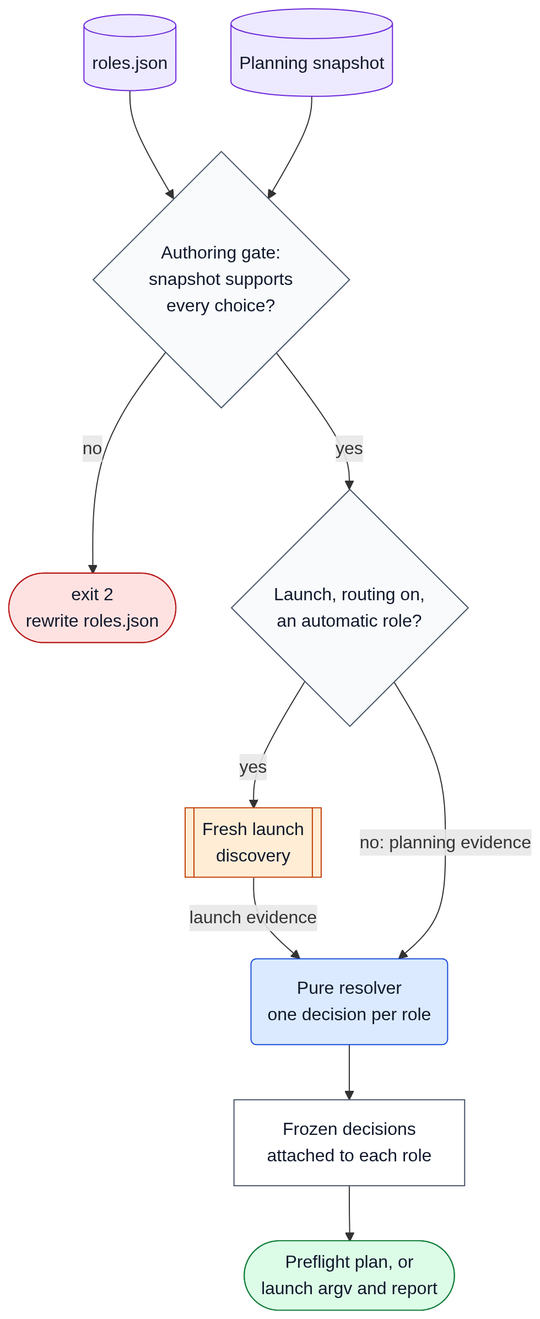
ehzawad/codex-council keeps this Mermaid diagram as docs/diagrams/d22-resolve.png. Above is the earlier version. Its source is kept beside it as docs/diagrams/d22-resolve.mmd. Source of this version:
```mermaid
flowchart TD
    Roles[("roles.json")]
    Snapshot[("Planning snapshot")]
    Gate{"Authoring gate:<br/>snapshot supports<br/>every choice?"}
    Exit2(["exit 2<br/>rewrite roles.json"])
    Refresh{"Launch, routing on,<br/>an automatic role?"}
    Fresh[["Fresh launch<br/>discovery"]]
    Resolver("Pure resolver<br/>one decision per role")
    Decisions["Frozen decisions<br/>attached to each role"]
    Consumers(["Preflight plan, or<br/>launch argv and report"])

    Roles --> Gate
    Snapshot --> Gate
    Gate -->|"no"| Exit2
    Gate -->|"yes"| Refresh
    Refresh -->|"yes"| Fresh
    Fresh -->|"launch evidence"| Resolver
    Refresh -->|"no: planning evidence"| Resolver
    Resolver --> Decisions
    Decisions --> Consumers

    classDef data fill:#ede9fe,stroke:#6d28d9,color:#0f172a
    classDef decision fill:#f8fafc,stroke:#475569,color:#0f172a
    classDef stop fill:#fee2e2,stroke:#b91c1c,color:#0f172a
    classDef ext fill:#ffedd5,stroke:#c2410c,color:#0f172a
    classDef ours fill:#dbeafe,stroke:#1d4ed8,color:#0f172a
    classDef step fill:#ffffff,stroke:#475569,color:#0f172a
    classDef ok fill:#dcfce7,stroke:#15803d,color:#0f172a
    class Roles,Snapshot data
    class Decisions step
    class Gate,Refresh decision
    class Exit2 stop
    class Fresh ext
    class Resolver ours
    class Consumers ok
```
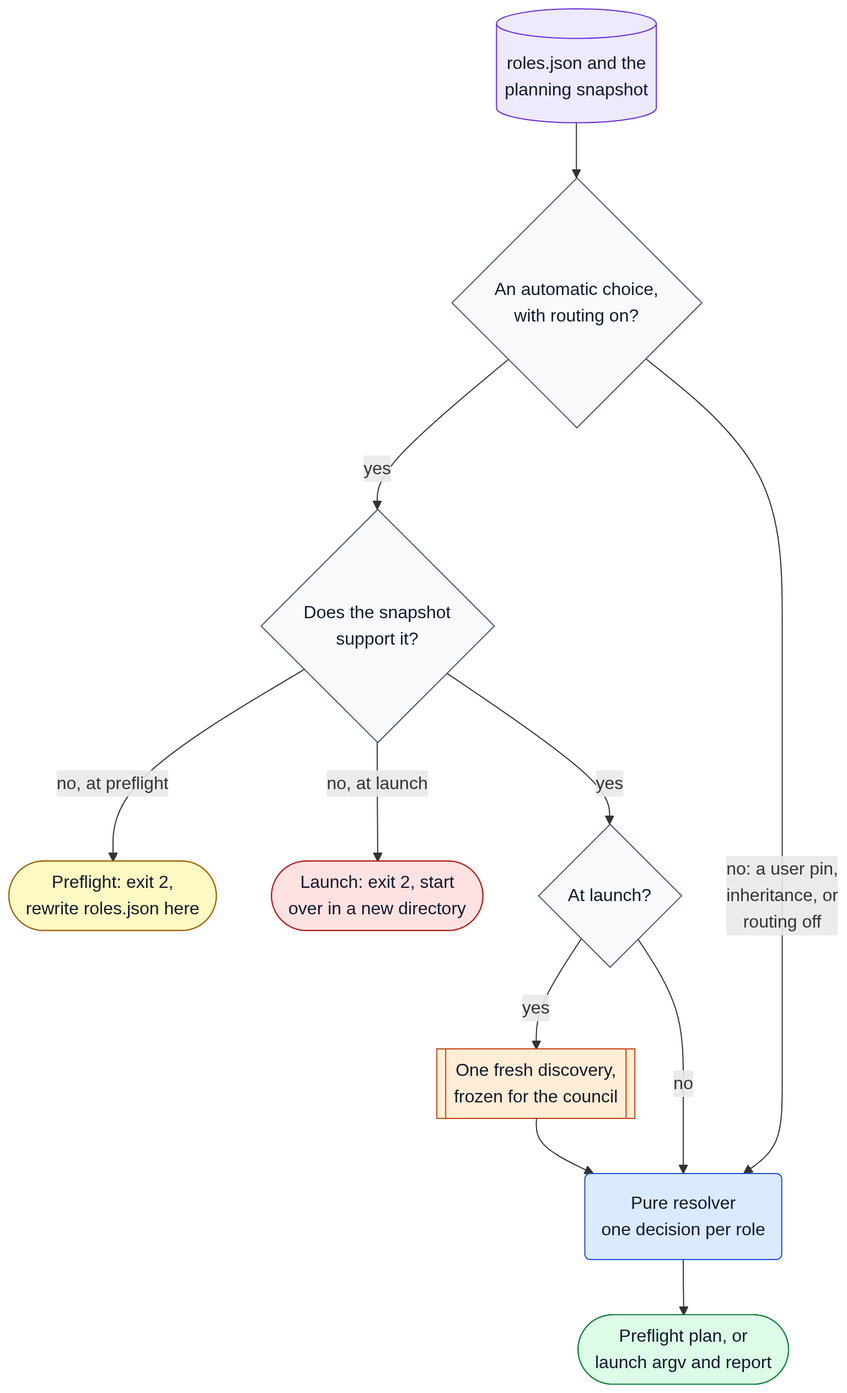
Above is the later version.

Change to the diagram source:
```diff
@@ -1,35 +1,36 @@
 flowchart TD
-    Roles[("roles.json")]
-    Snapshot[("Planning snapshot")]
-    Gate{"Authoring gate:<br/>snapshot supports<br/>every choice?"}
-    Exit2(["exit 2<br/>rewrite roles.json"])
-    Refresh{"Launch, routing on,<br/>an automatic role?"}
-    Fresh[["Fresh launch<br/>discovery"]]
+    Inputs[("roles.json and the<br/>planning snapshot")]
+    Automatic{"An automatic choice,<br/>with routing on?"}
+    Supported{"Does the snapshot<br/>support it?"}
+    Repair(["Preflight: exit 2,<br/>rewrite roles.json here"])
+    Refuse(["Launch: exit 2, start<br/>over in a new directory"])
+    Launch{"At launch?"}
+    Fresh[["One fresh discovery,<br/>frozen for the council"]]
     Resolver("Pure resolver<br/>one decision per role")
-    Decisions["Frozen decisions<br/>attached to each role"]
     Consumers(["Preflight plan, or<br/>launch argv and report"])
 
-    Roles --> Gate
-    Snapshot --> Gate
-    Gate -->|"no"| Exit2
-    Gate -->|"yes"| Refresh
-    Refresh -->|"yes"| Fresh
-    Fresh -->|"launch evidence"| Resolver
-    Refresh -->|"no: planning evidence"| Resolver
-    Resolver --> Decisions
-    Decisions --> Consumers
+    Inputs --> Automatic
+    Automatic -->|"yes"| Supported
+    Automatic -->|"no: a user pin,<br/>inheritance, or<br/>routing off"| Resolver
+    Supported -->|"no, at preflight"| Repair
+    Supported -->|"no, at launch"| Refuse
+    Supported -->|"yes"| Launch
+    Launch -->|"yes"| Fresh
+    Launch -->|"no"| Resolver
+    Fresh --> Resolver
+    Resolver --> Consumers
 
     classDef data fill:#ede9fe,stroke:#6d28d9,color:#0f172a
     classDef decision fill:#f8fafc,stroke:#475569,color:#0f172a
     classDef stop fill:#fee2e2,stroke:#b91c1c,color:#0f172a
     classDef ext fill:#ffedd5,stroke:#c2410c,color:#0f172a
     classDef ours fill:#dbeafe,stroke:#1d4ed8,color:#0f172a
-    classDef step fill:#ffffff,stroke:#475569,color:#0f172a
+    classDef soft fill:#fef9c3,stroke:#a16207,color:#0f172a
     classDef ok fill:#dcfce7,stroke:#15803d,color:#0f172a
-    class Roles,Snapshot data
-    class Decisions step
-    class Gate,Refresh decision
-    class Exit2 stop
+    class Inputs data
+    class Automatic,Supported,Launch decision
+    class Repair soft
+    class Refuse stop
     class Fresh ext
     class Resolver ours
     class Consumers ok
```
